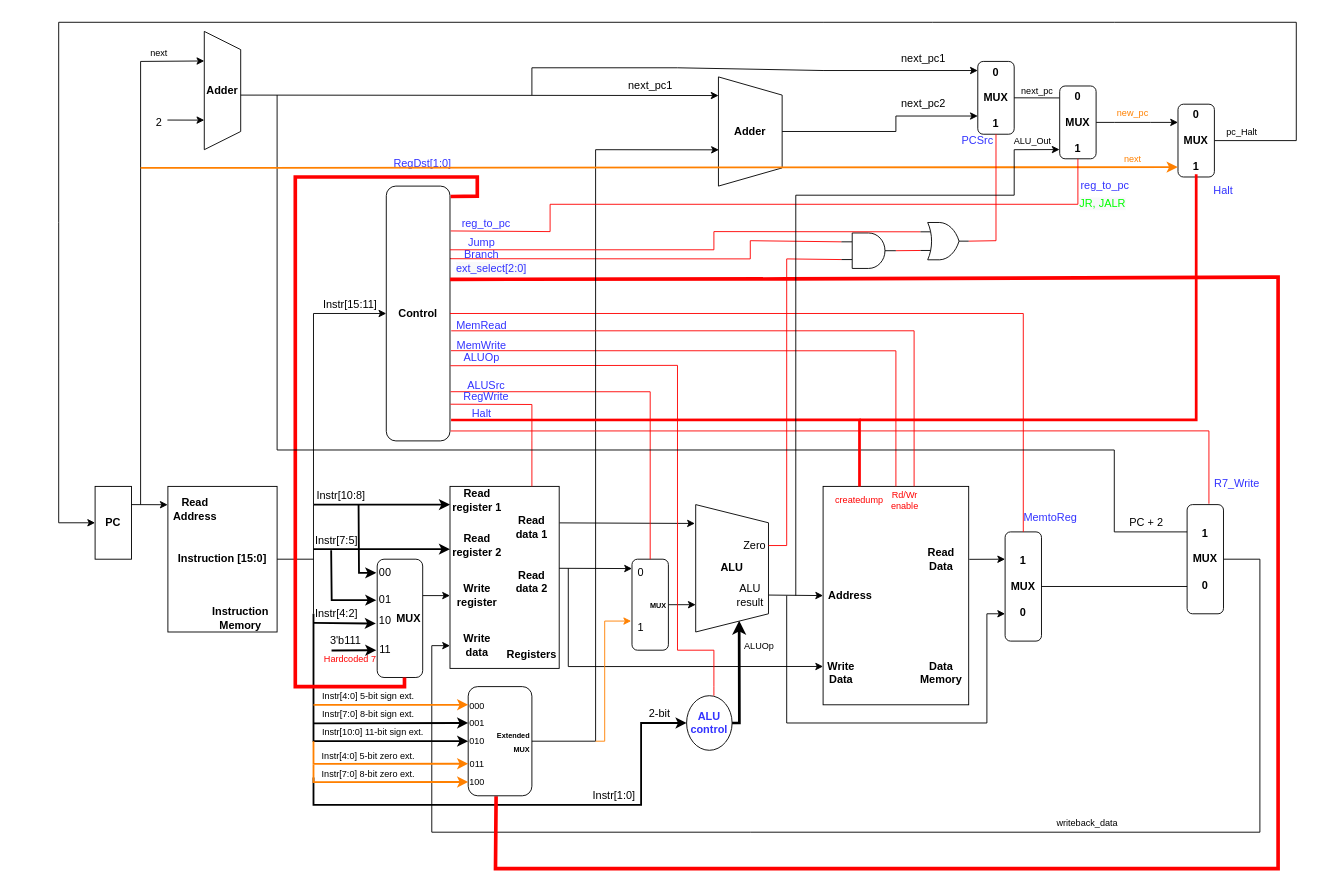
Earlier version of the draw.io diagram WISC-SP22.drawio (joshmeiyb/ECE552). Source tidied: cells renumbered, new cells numbered last; positions are measured from the earlier drawing's top-left corner, leaving out a move shared by most shapes. Both pictures are drawn from the tidied source at 91%, with x=0, y=0 at pixel (58, 22).
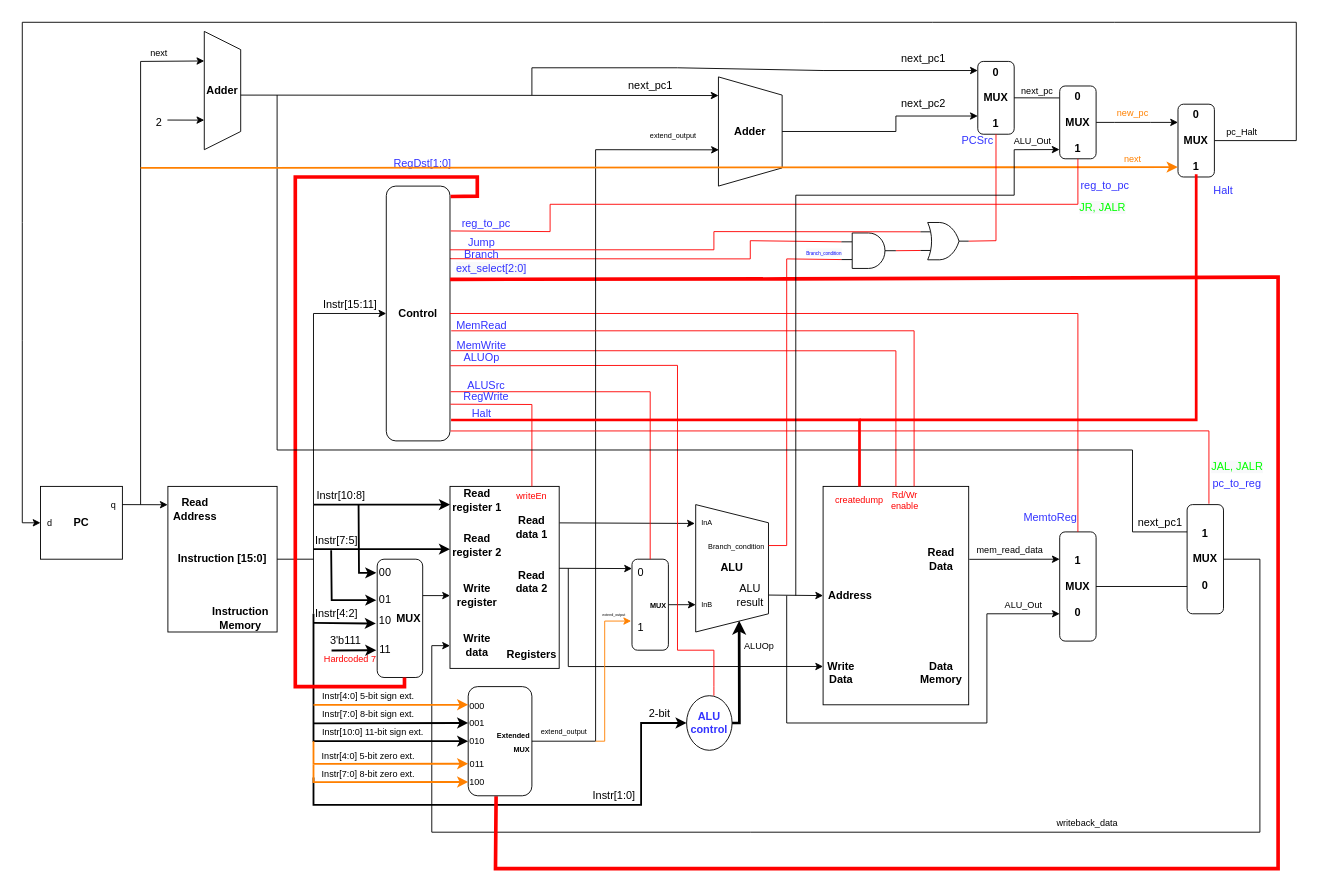
The same diagram, later.

Unchanged cells that the change refers to:
```xml
<mxCell id="64" value="&lt;b&gt;Control&lt;/b&gt;" style="rounded=1;whiteSpace=wrap;html=1;" parent="1" vertex="1">
  <mxGeometry x="360" y="180" width="70" height="280" as="geometry" />
</mxCell>
<mxCell id="94" value="&lt;b&gt;1&lt;br&gt;&lt;br&gt;MUX&lt;br&gt;&lt;br&gt;0&lt;/b&gt;" style="rounded=1;whiteSpace=wrap;html=1;" parent="1" vertex="1">
  <mxGeometry x="1240" y="530" width="40" height="120" as="geometry" />
</mxCell>
<mxCell id="122" value="&lt;b&gt;0&lt;br&gt;&lt;br&gt;MUX&lt;br&gt;&lt;br&gt;1&lt;/b&gt;" style="rounded=1;whiteSpace=wrap;html=1;" parent="1" vertex="1">
  <mxGeometry x="1230" y="90" width="40" height="80" as="geometry" />
</mxCell>
```

Diff of the diagram source:
```diff
@@
     <mxCell id="2" value="&lt;b&gt;PC&lt;/b&gt;" style="rounded=0;whiteSpace=wrap;html=1;" parent="1" vertex="1">
-      <mxGeometry x="40" y="510" width="40" height="80" as="geometry" />
+      <mxGeometry x="-20" y="510" width="90" height="80" as="geometry" />
     </mxCell>
@@
     <mxCell id="26" style="endArrow=classic;html=1;rounded=0;entryX=0;entryY=0.5;entryDx=0;entryDy=0;exitX=1;exitY=0.5;exitDx=0;exitDy=0;" parent="1" edge="1" source="122" target="2">
       <mxGeometry relative="1" as="geometry">
         <Array as="points">
           <mxPoint x="1360" y="130" />
           <mxPoint x="1360" />
           <mxPoint x="1160" />
           <mxPoint x="960" />
           <mxPoint x="840" />
-          <mxPoint />
-          <mxPoint y="220" />
-          <mxPoint y="370" />
-          <mxPoint y="550" />
+          <mxPoint x="-40" />
+          <mxPoint x="-40" y="220" />
+          <mxPoint x="-40" y="350" />
+          <mxPoint x="-40" y="550" />
         </Array>
       </mxGeometry>
     </mxCell>
@@
     <mxCell id="38" value="&lt;b&gt;1&lt;br&gt;&lt;br&gt;MUX&lt;br&gt;&lt;br&gt;0&lt;/b&gt;" style="rounded=1;whiteSpace=wrap;html=1;" parent="1" vertex="1">
-      <mxGeometry x="1040" y="560" width="40" height="120" as="geometry" />
+      <mxGeometry x="1100" y="560" width="40" height="120" as="geometry" />
     </mxCell>
@@
-    <mxCell id="40" style="endArrow=classic;html=1;rounded=0;entryX=0;entryY=0.25;entryDx=0;entryDy=0;" parent="1" edge="1">
+    <mxCell id="40" style="endArrow=classic;html=1;rounded=0;entryX=0;entryY=0.75;entryDx=0;entryDy=0;" parent="1" edge="1" target="38">
       <mxGeometry relative="1" as="geometry">
         <mxPoint x="800" y="630" as="sourcePoint" />
-        <mxPoint x="1040" y="650" as="targetPoint" />
         <Array as="points">
           <mxPoint x="800" y="770" />
           <mxPoint x="1020" y="770" />
           <mxPoint x="1020" y="650" />
         </Array>
       </mxGeometry>
     </mxCell>
@@
-    <mxCell id="48" value="&lt;font color=&quot;#000000&quot;&gt;Zero&lt;br&gt;&lt;/font&gt;" style="text;html=1;strokeColor=none;fillColor=none;align=center;verticalAlign=middle;whiteSpace=wrap;rounded=0;fontColor=#3333FF;" parent="1" vertex="1">
-      <mxGeometry x="750" y="560" width="30" height="30" as="geometry" />
+    <mxCell id="48" value="&lt;font color=&quot;#000000&quot;&gt;&lt;font style=&quot;font-size: 8px&quot;&gt;Branch_condition&lt;/font&gt;&lt;br&gt;&lt;/font&gt;" style="text;html=1;strokeColor=none;fillColor=none;align=center;verticalAlign=middle;whiteSpace=wrap;rounded=0;fontColor=#3333FF;" parent="1" vertex="1">
+      <mxGeometry x="710" y="560" width="70" height="30" as="geometry" />
     </mxCell>
@@
     <mxCell id="76" style="endArrow=none;html=1;rounded=0;strokeColor=#FF0000;exitX=1;exitY=0.5;exitDx=0;exitDy=0;entryX=0.5;entryY=0;entryDx=0;entryDy=0;" parent="1" edge="1" source="64" target="38">
       <mxGeometry relative="1" as="geometry">
         <Array as="points">
-          <mxPoint x="1060" y="320" />
+          <mxPoint x="1120" y="320" />
         </Array>
       </mxGeometry>
     </mxCell>
@@
     <mxCell id="95" style="endArrow=none;html=1;rounded=0;strokeColor=#000000;strokeWidth=1;entryX=0;entryY=0.25;entryDx=0;entryDy=0;" parent="1" edge="1" target="94">
       <mxGeometry relative="1" as="geometry">
         <mxPoint x="240" y="80" as="sourcePoint" />
         <Array as="points">
           <mxPoint x="240" y="470" />
-          <mxPoint x="1160" y="470" />
-          <mxPoint x="1160" y="560" />
+          <mxPoint x="1180" y="470" />
+          <mxPoint x="1180" y="560" />
         </Array>
       </mxGeometry>
     </mxCell>
-    <mxCell id="96" value="PC + 2" style="text;html=1;align=center;verticalAlign=middle;strokeColor=none;fillColor=none;" parent="1" vertex="1">
-      <mxGeometry x="1170" y="540" width="50" height="20" as="geometry" />
-    </mxCell>
@@
-    <mxCell id="98" value="&lt;font color=&quot;#3333ff&quot;&gt;R7_Write&lt;/font&gt;" style="text;html=1;strokeColor=none;fillColor=none;align=center;verticalAlign=middle;whiteSpace=wrap;rounded=0;" parent="1" vertex="1">
+    <mxCell id="98" value="&lt;font color=&quot;#3333ff&quot;&gt;pc_to_reg&lt;/font&gt;" style="text;html=1;strokeColor=none;fillColor=none;align=center;verticalAlign=middle;whiteSpace=wrap;rounded=0;" parent="1" vertex="1">
       <mxGeometry x="1265" y="494" width="60" height="26" as="geometry" />
     </mxCell>
@@
-    <mxCell id="147" value="&lt;span style=&quot;font-family: &amp;#34;helvetica&amp;#34; ; font-size: 12px ; font-style: normal ; font-weight: 400 ; letter-spacing: normal ; text-align: center ; text-indent: 0px ; text-transform: none ; word-spacing: 0px ; background-color: rgb(248 , 249 , 250) ; display: inline ; float: none&quot;&gt;&lt;font color=&quot;#00ff00&quot;&gt;JR, JALR&lt;/font&gt;&lt;/span&gt;" style="text;whiteSpace=wrap;html=1;fontSize=10;fontColor=#000000;" parent="1" vertex="1">
-      <mxGeometry x="1120" y="186" width="80" height="30" as="geometry" />
+    <mxCell id="147" value="&lt;span style=&quot;font-family: &amp;#34;helvetica&amp;#34; ; font-size: 12px ; font-style: normal ; font-weight: 400 ; letter-spacing: normal ; text-align: center ; text-indent: 0px ; text-transform: none ; word-spacing: 0px ; background-color: rgb(248 , 249 , 250) ; display: inline ; float: none&quot;&gt;&lt;font color=&quot;#00ff00&quot;&gt;JAL, JALR&lt;/font&gt;&lt;/span&gt;" style="text;whiteSpace=wrap;html=1;fontSize=10;fontColor=#000000;" parent="1" vertex="1">
+      <mxGeometry x="1265" y="475" width="80" height="30" as="geometry" />
     </mxCell>
@@
+    <mxCell id="149" value="&lt;font color=&quot;#ff0000&quot;&gt;writeEn&lt;/font&gt;" style="text;html=1;strokeColor=none;fillColor=none;align=center;verticalAlign=middle;whiteSpace=wrap;rounded=0;fontSize=10;fontColor=#00FF00;" parent="1" vertex="1">
+      <mxGeometry x="490" y="505" width="60" height="30" as="geometry" />
+    </mxCell>
+    <mxCell id="150" value="&lt;span style=&quot;font-family: &amp;#34;helvetica&amp;#34; ; font-style: normal ; font-weight: 400 ; letter-spacing: normal ; text-align: center ; text-indent: 0px ; text-transform: none ; word-spacing: 0px ; background-color: rgb(248 , 249 , 250) ; display: inline ; float: none&quot;&gt;&lt;font style=&quot;font-size: 5px&quot; color=&quot;#0000ff&quot;&gt;Branch_condition&lt;/font&gt;&lt;/span&gt;" style="text;whiteSpace=wrap;html=1;fontSize=8;fontColor=#FF0000;" parent="1" vertex="1">
+      <mxGeometry x="820" y="241.5" width="40" height="19.5" as="geometry" />
+    </mxCell>
+    <mxCell id="151" value="extend_output" style="text;html=1;align=center;verticalAlign=middle;strokeColor=none;fillColor=none;fontSize=8;fontColor=#000000;" parent="1" vertex="1">
+      <mxGeometry x="520" y="770" width="70" height="20" as="geometry" />
+    </mxCell>
+    <mxCell id="152" value="extend_output" style="text;html=1;align=center;verticalAlign=middle;strokeColor=none;fillColor=none;fontSize=8;fontColor=#000000;" parent="1" vertex="1">
+      <mxGeometry x="640" y="115" width="70" height="20" as="geometry" />
+    </mxCell>
+    <mxCell id="153" value="&lt;font style=&quot;font-size: 4px&quot;&gt;extend_output&lt;/font&gt;" style="text;html=1;align=center;verticalAlign=middle;strokeColor=none;fillColor=none;fontSize=8;fontColor=#000000;" parent="1" vertex="1">
+      <mxGeometry x="590" y="640" width="40" height="20" as="geometry" />
+    </mxCell>
+    <mxCell id="154" value="&lt;font style=&quot;font-size: 8px&quot;&gt;InA&lt;/font&gt;" style="text;html=1;strokeColor=none;fillColor=none;align=center;verticalAlign=middle;whiteSpace=wrap;rounded=0;fontSize=4;fontColor=#000000;" parent="1" vertex="1">
+      <mxGeometry x="700" y="535" width="25" height="30" as="geometry" />
+    </mxCell>
+    <mxCell id="155" value="&lt;font style=&quot;font-size: 8px&quot;&gt;InB&lt;/font&gt;" style="text;html=1;strokeColor=none;fillColor=none;align=center;verticalAlign=middle;whiteSpace=wrap;rounded=0;fontSize=4;fontColor=#000000;" parent="1" vertex="1">
+      <mxGeometry x="700" y="625" width="25" height="30" as="geometry" />
+    </mxCell>
+    <mxCell id="156" value="&lt;font style=&quot;font-size: 10px&quot;&gt;d&lt;/font&gt;" style="text;html=1;align=center;verticalAlign=middle;strokeColor=none;fillColor=none;fontSize=8;fontColor=#000000;" parent="1" vertex="1">
+      <mxGeometry x="-20" y="540" width="20" height="20" as="geometry" />
+    </mxCell>
+    <mxCell id="157" value="&lt;font style=&quot;font-size: 10px&quot;&gt;q&lt;/font&gt;" style="text;html=1;align=center;verticalAlign=middle;strokeColor=none;fillColor=none;fontSize=8;fontColor=#000000;" parent="1" vertex="1">
+      <mxGeometry x="50" y="520" width="20" height="20" as="geometry" />
+    </mxCell>
+    <mxCell id="158" value="&lt;font color=&quot;#000000&quot;&gt;ALU_Out&lt;/font&gt;" style="text;html=1;align=center;verticalAlign=middle;strokeColor=none;fillColor=none;fontSize=10;fontColor=#FF8000;" parent="1" vertex="1">
+      <mxGeometry x="1030" y="630" width="60" height="20" as="geometry" />
+    </mxCell>
+    <mxCell id="159" value="mem_read_data" style="text;html=1;align=center;verticalAlign=middle;strokeColor=none;fillColor=none;fontSize=10;fontColor=#000000;" parent="1" vertex="1">
+      <mxGeometry x="1000" y="570" width="90" height="20" as="geometry" />
+    </mxCell>
+    <mxCell id="160" value="next_pc1" style="text;html=1;align=center;verticalAlign=middle;strokeColor=none;fillColor=none;" parent="1" vertex="1">
+      <mxGeometry x="1180" y="540" width="60" height="20" as="geometry" />
+    </mxCell>
+    <mxCell id="161" value="&lt;span style=&quot;font-family: &amp;#34;helvetica&amp;#34; ; font-size: 12px ; font-style: normal ; font-weight: 400 ; letter-spacing: normal ; text-align: center ; text-indent: 0px ; text-transform: none ; word-spacing: 0px ; background-color: rgb(248 , 249 , 250) ; display: inline ; float: none&quot;&gt;&lt;font color=&quot;#00ff00&quot;&gt;JR, JALR&lt;/font&gt;&lt;/span&gt;" style="text;whiteSpace=wrap;html=1;fontSize=10;fontColor=#000000;" parent="1" vertex="1">
+      <mxGeometry x="1120" y="190" width="80" height="30" as="geometry" />
+    </mxCell>
```
